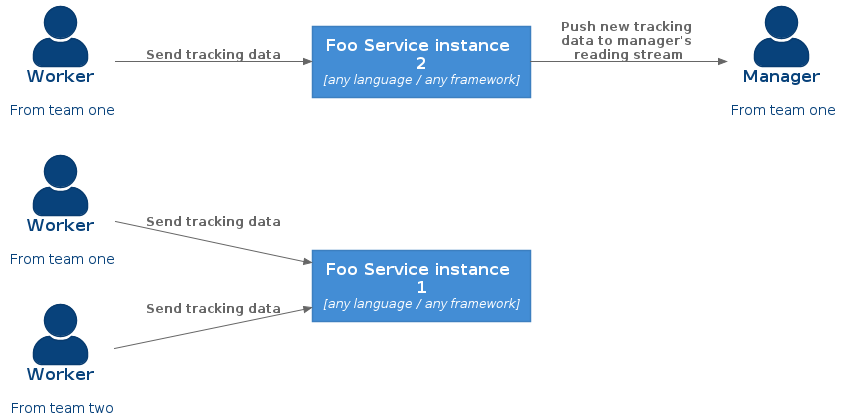
Above: arch_figures/persistent_connection_problem.png in victorhsr/scaling-persistent-connections (PlantUML), before the change.
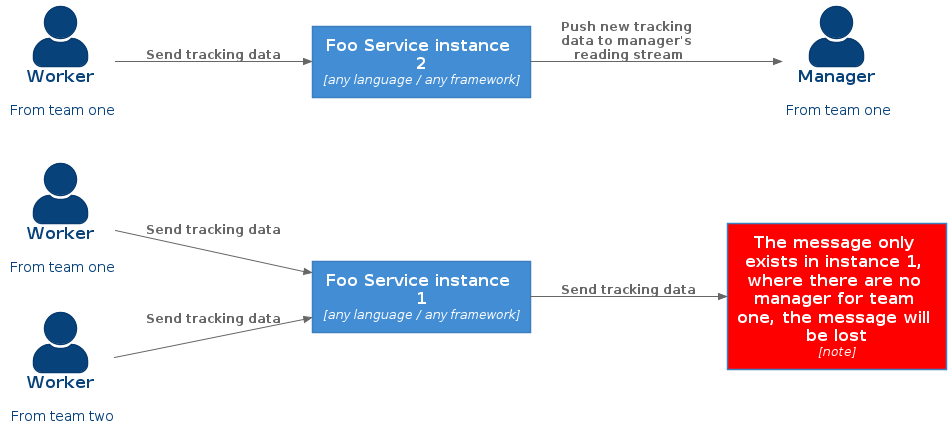
Later version of the same file.

Commit message:
updating the persistent_connection_problem figure

Change to the diagram source:
```diff
@@ -5,6 +5,8 @@
 SHOW_PERSON_PORTRAIT()
 LAYOUT_LEFT_RIGHT()
 HIDE_STEREOTYPE()
+
+AddElementTag("note", $bgColor="#FF0000")
 
 Person(p_worker_1, "Worker", "From team one")
 Person(p_worker_2, "Worker", "From team one")
@@ -14,10 +16,12 @@
 
 Container(c_some_system_instance_1, "Foo Service instance 1", "any language / any framework")
 Container(c_some_system_instance_2, "Foo Service instance 2", "any language / any framework")
+Container(c_flow_end_1, "The message only exists in instance 1, where there are no manager for team one, the message will be lost", "note", $tags=note)
 
 Rel(p_worker_1, c_some_system_instance_1, "Send tracking data")
 Rel(p_worker_3, c_some_system_instance_1, "Send tracking data")
 Rel(p_worker_2, c_some_system_instance_2, "Send tracking data")
+Rel(c_some_system_instance_1, c_flow_end_1, "Send tracking data")
 
 Rel(c_some_system_instance_2, p_manager, "Push new tracking data to manager's reading stream")
 
```
